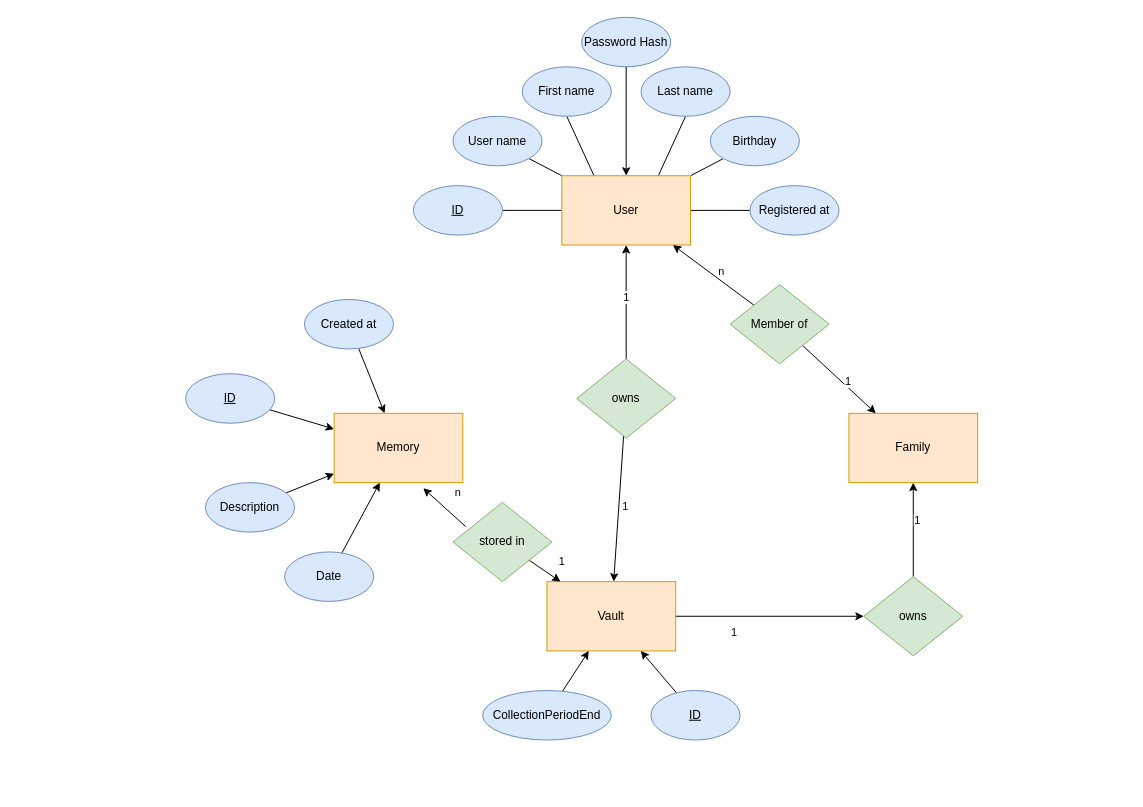
Before: documentation/er_diagram.drawio in togertz/MemoryVault, a draw.io diagram. Source tidied: cells renumbered, new cells numbered last; positions are measured from the earlier drawing's top-left corner, leaving out a move shared by most shapes. Both pictures are drawn from the tidied source at 99%, with x=0, y=0 at pixel (185, 17).
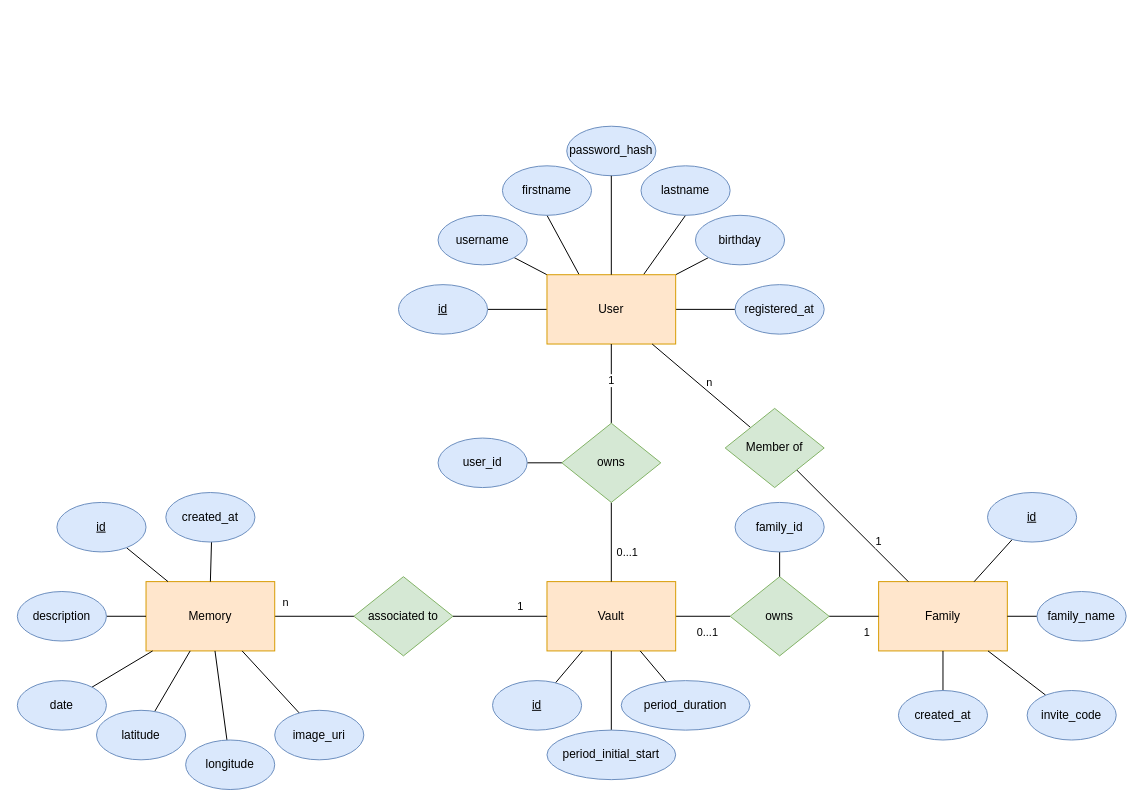
After the change.

The change refers to these unchanged cells:
```xml
<mxCell id="9" value="User" style="rounded=0;whiteSpace=wrap;html=1;fillColor=#ffe6cc;strokeColor=#d79b00;" parent="2" vertex="1">
  <mxGeometry x="150" y="110" width="130" height="70" as="geometry" />
</mxCell>
<mxCell id="18" value="Vault" style="rounded=0;whiteSpace=wrap;html=1;fillColor=#ffe6cc;strokeColor=#d79b00;" parent="1" vertex="1">
  <mxGeometry x="365" y="570" width="130" height="70" as="geometry" />
</mxCell>
```

Change to the diagram source:
```diff
@@
     <mxCell id="2" style="group;" parent="1" vertex="1">
-      <mxGeometry x="230" y="50" width="430" height="180" as="geometry" />
+      <mxGeometry x="215" y="150" width="430" height="180" as="geometry" />
     </mxCell>
@@
-    <mxCell id="10" value="ID" style="ellipse;whiteSpace=wrap;html=1;fontStyle=4;fillColor=#dae8fc;strokeColor=#6c8ebf;" parent="2" vertex="1">
+    <mxCell id="10" value="id" style="ellipse;whiteSpace=wrap;html=1;fontStyle=4;fillColor=#dae8fc;strokeColor=#6c8ebf;" parent="2" vertex="1">
       <mxGeometry y="120" width="90" height="50" as="geometry" />
     </mxCell>
-    <mxCell id="11" value="First name" style="ellipse;whiteSpace=wrap;html=1;fontStyle=0;fillColor=#dae8fc;strokeColor=#6c8ebf;" parent="2" vertex="1">
-      <mxGeometry x="110" width="90" height="50" as="geometry" />
+    <mxCell id="11" value="firstname" style="ellipse;whiteSpace=wrap;html=1;fontStyle=0;fillColor=#dae8fc;strokeColor=#6c8ebf;" parent="2" vertex="1">
+      <mxGeometry x="105" width="90" height="50" as="geometry" />
     </mxCell>
-    <mxCell id="12" value="User name" style="ellipse;whiteSpace=wrap;html=1;fontStyle=0;fillColor=#dae8fc;strokeColor=#6c8ebf;" parent="2" vertex="1">
+    <mxCell id="12" value="username" style="ellipse;whiteSpace=wrap;html=1;fontStyle=0;fillColor=#dae8fc;strokeColor=#6c8ebf;" parent="2" vertex="1">
       <mxGeometry x="40" y="50" width="90" height="50" as="geometry" />
     </mxCell>
-    <mxCell id="13" value="Last name" style="ellipse;whiteSpace=wrap;html=1;fontStyle=0;fillColor=#dae8fc;strokeColor=#6c8ebf;" parent="2" vertex="1">
-      <mxGeometry x="230" width="90" height="50" as="geometry" />
+    <mxCell id="13" value="lastname" style="ellipse;whiteSpace=wrap;html=1;fontStyle=0;fillColor=#dae8fc;strokeColor=#6c8ebf;" parent="2" vertex="1">
+      <mxGeometry x="245" width="90" height="50" as="geometry" />
     </mxCell>
-    <mxCell id="14" value="Birthday" style="ellipse;whiteSpace=wrap;html=1;fontStyle=0;fillColor=#dae8fc;strokeColor=#6c8ebf;" parent="2" vertex="1">
+    <mxCell id="14" value="birthday" style="ellipse;whiteSpace=wrap;html=1;fontStyle=0;fillColor=#dae8fc;strokeColor=#6c8ebf;" parent="2" vertex="1">
       <mxGeometry x="300" y="50" width="90" height="50" as="geometry" />
     </mxCell>
-    <mxCell id="15" value="Registered at" style="ellipse;whiteSpace=wrap;html=1;fontStyle=0;fillColor=#dae8fc;strokeColor=#6c8ebf;" parent="2" vertex="1">
+    <mxCell id="15" value="registered_at" style="ellipse;whiteSpace=wrap;html=1;fontStyle=0;fillColor=#dae8fc;strokeColor=#6c8ebf;" parent="2" vertex="1">
       <mxGeometry x="340" y="120" width="90" height="50" as="geometry" />
     </mxCell>
+    <mxCell id="46" value="password_hash" style="ellipse;whiteSpace=wrap;html=1;fontStyle=0;fillColor=#dae8fc;strokeColor=#6c8ebf;" parent="2" vertex="1">
+      <mxGeometry x="170" y="-40" width="90" height="50" as="geometry" />
+    </mxCell>
+    <mxCell id="47" style="edgeStyle=none;html=1;startArrow=none;startFill=0;endArrow=none;endFill=0;" parent="2" edge="1" source="46" target="9">
+      <mxGeometry relative="1" as="geometry" />
+    </mxCell>
-    <mxCell id="16" style="edgeStyle=none;html=1;" parent="1" edge="1" source="18" target="26">
+    <mxCell id="16" style="edgeStyle=none;html=1;startArrow=none;startFill=0;endArrow=none;endFill=0;" parent="1" edge="1" source="18" target="26">
       <mxGeometry relative="1" as="geometry" />
     </mxCell>
-    <mxCell id="17" value="1" style="edgeLabel;html=1;align=center;verticalAlign=middle;" parent="16" vertex="1">
+    <mxCell id="17" value="0...1" style="edgeLabel;html=1;align=center;verticalAlign=middle;" parent="16" vertex="1">
       <mxGeometry x="-0.13" relative="1" as="geometry">
-        <mxPoint x="-25" y="15" as="offset" />
+        <mxPoint x="7" y="15" as="offset" />
       </mxGeometry>
     </mxCell>
@@
-    <mxCell id="19" style="edgeStyle=none;html=1;" parent="1" edge="1" source="20" target="18">
+    <mxCell id="19" style="edgeStyle=none;html=1;endArrow=none;endFill=0;" parent="1" edge="1" source="20" target="18">
       <mxGeometry relative="1" as="geometry" />
     </mxCell>
-    <mxCell id="20" value="ID" style="ellipse;whiteSpace=wrap;html=1;fontStyle=4;fillColor=#dae8fc;strokeColor=#6c8ebf;" parent="1" vertex="1">
-      <mxGeometry x="470" y="680" width="90" height="50" as="geometry" />
+    <mxCell id="20" value="id" style="ellipse;whiteSpace=wrap;html=1;fontStyle=4;fillColor=#dae8fc;strokeColor=#6c8ebf;" parent="1" vertex="1">
+      <mxGeometry x="310" y="670" width="90" height="50" as="geometry" />
     </mxCell>
-    <mxCell id="21" style="edgeStyle=none;html=1;" parent="1" edge="1" source="22" target="18">
+    <mxCell id="21" style="edgeStyle=none;html=1;endArrow=none;endFill=0;" parent="1" edge="1" source="22" target="18">
       <mxGeometry relative="1" as="geometry" />
     </mxCell>
-    <mxCell id="22" value="CollectionPeriodEnd" style="ellipse;whiteSpace=wrap;html=1;fontStyle=0;fillColor=#dae8fc;strokeColor=#6c8ebf;" parent="1" vertex="1">
-      <mxGeometry x="300" y="680" width="130" height="50" as="geometry" />
+    <mxCell id="22" value="period_duration" style="ellipse;whiteSpace=wrap;html=1;fontStyle=0;fillColor=#dae8fc;strokeColor=#6c8ebf;" parent="1" vertex="1">
+      <mxGeometry x="440" y="670" width="130" height="50" as="geometry" />
     </mxCell>
     <mxCell id="23" value="Family" style="rounded=0;whiteSpace=wrap;html=1;fillColor=#ffe6cc;strokeColor=#d79b00;" parent="1" vertex="1">
-      <mxGeometry x="670" y="400" width="130" height="70" as="geometry" />
+      <mxGeometry x="700" y="570" width="130" height="70" as="geometry" />
     </mxCell>
-    <mxCell id="24" style="edgeStyle=none;html=1;" parent="1" edge="1" source="26" target="23">
+    <mxCell id="24" style="edgeStyle=none;html=1;startArrow=none;startFill=0;endArrow=none;endFill=0;" parent="1" edge="1" source="26" target="23">
       <mxGeometry relative="1" as="geometry" />
     </mxCell>
@@
     <mxCell id="26" value="owns" style="rhombus;whiteSpace=wrap;html=1;fillColor=#d5e8d4;strokeColor=#82b366;" parent="1" vertex="1">
-      <mxGeometry x="685" y="565" width="100" height="80" as="geometry" />
+      <mxGeometry x="550" y="565" width="100" height="80" as="geometry" />
     </mxCell>
-    <mxCell id="27" style="edgeStyle=none;html=1;" parent="1" edge="1">
-      <mxGeometry relative="1" as="geometry">
-        <mxPoint x="282.9" y="514.4" as="sourcePoint" />
-        <mxPoint x="240" y="475.6" as="targetPoint" />
-      </mxGeometry>
-    </mxCell>
-    <mxCell id="28" value="n" style="edgeLabel;html=1;align=center;verticalAlign=middle;" parent="27" vertex="1">
-      <mxGeometry x="-0.1" y="-3" relative="1" as="geometry">
-        <mxPoint x="9" y="-15" as="offset" />
-      </mxGeometry>
-    </mxCell>
-    <mxCell id="29" style="edgeStyle=none;html=1;" parent="1" edge="1" source="31" target="18">
+    <mxCell id="29" style="edgeStyle=none;html=1;endArrow=none;endFill=0;" parent="1" edge="1" source="31" target="18">
       <mxGeometry relative="1" as="geometry" />
     </mxCell>
@@
-    <mxCell id="31" value="stored in" style="rhombus;whiteSpace=wrap;html=1;fillColor=#d5e8d4;strokeColor=#82b366;" parent="1" vertex="1">
-      <mxGeometry x="270" y="490" width="100" height="80" as="geometry" />
+    <mxCell id="31" value="associated to" style="rhombus;whiteSpace=wrap;html=1;fillColor=#d5e8d4;strokeColor=#82b366;" parent="1" vertex="1">
+      <mxGeometry x="170" y="565" width="100" height="80" as="geometry" />
     </mxCell>
+    <mxCell id="41" style="edgeStyle=none;html=1;startArrow=none;startFill=0;endArrow=none;endFill=0;" parent="1" edge="1" source="45" target="9">
+      <mxGeometry relative="1" as="geometry" />
+    </mxCell>
+    <mxCell id="42" value="n" style="edgeLabel;html=1;align=center;verticalAlign=middle;" parent="41" vertex="1">
+      <mxGeometry x="-0.07" y="-7" relative="1" as="geometry">
+        <mxPoint y="-1" as="offset" />
+      </mxGeometry>
+    </mxCell>
+    <mxCell id="43" style="edgeStyle=none;html=1;startArrow=none;startFill=0;endArrow=none;endFill=0;" parent="1" edge="1" source="45" target="23">
+      <mxGeometry relative="1" as="geometry" />
+    </mxCell>
+    <mxCell id="44" value="1" style="edgeLabel;html=1;align=center;verticalAlign=middle;" parent="43" vertex="1">
+      <mxGeometry x="0.14" y="4" relative="1" as="geometry">
+        <mxPoint x="15" y="11" as="offset" />
+      </mxGeometry>
+    </mxCell>
+    <mxCell id="45" value="Member of" style="rhombus;whiteSpace=wrap;html=1;fillColor=#d5e8d4;strokeColor=#82b366;" parent="1" vertex="1">
+      <mxGeometry x="545" y="395" width="100" height="80" as="geometry" />
+    </mxCell>
+    <mxCell id="48" style="edgeStyle=none;html=1;startArrow=none;startFill=0;endArrow=none;endFill=0;" parent="1" edge="1" source="52" target="9">
+      <mxGeometry relative="1" as="geometry" />
+    </mxCell>
+    <mxCell id="49" value="1" style="edgeLabel;html=1;align=center;verticalAlign=middle;" parent="48" vertex="1">
+      <mxGeometry x="0.1" y="1" relative="1" as="geometry" />
+    </mxCell>
+    <mxCell id="50" style="edgeStyle=none;html=1;startArrow=none;startFill=0;endArrow=none;endFill=0;" parent="1" edge="1" source="52" target="18">
+      <mxGeometry relative="1" as="geometry" />
+    </mxCell>
+    <mxCell id="51" value="0...1" style="edgeLabel;html=1;align=center;verticalAlign=middle;" parent="50" vertex="1">
+      <mxGeometry x="-0.05" y="6" relative="1" as="geometry">
+        <mxPoint x="9" y="12" as="offset" />
+      </mxGeometry>
+    </mxCell>
+    <mxCell id="52" value="owns" style="rhombus;whiteSpace=wrap;html=1;fillColor=#d5e8d4;strokeColor=#82b366;" parent="1" vertex="1">
+      <mxGeometry x="380" y="410" width="100" height="80" as="geometry" />
+    </mxCell>
+    <mxCell id="53" style="edgeStyle=none;html=1;startArrow=none;startFill=0;endArrow=none;endFill=0;" parent="1" edge="1" source="54" target="23">
+      <mxGeometry relative="1" as="geometry" />
+    </mxCell>
+    <mxCell id="54" value="&lt;u&gt;id&lt;/u&gt;" style="ellipse;whiteSpace=wrap;html=1;fontStyle=0;fillColor=#dae8fc;strokeColor=#6c8ebf;" parent="1" vertex="1">
+      <mxGeometry x="810" y="480" width="90" height="50" as="geometry" />
+    </mxCell>
+    <mxCell id="55" style="edgeStyle=none;html=1;startArrow=none;startFill=0;endArrow=none;endFill=0;" parent="1" edge="1" source="56" target="23">
+      <mxGeometry relative="1" as="geometry" />
+    </mxCell>
+    <mxCell id="56" value="family_name" style="ellipse;whiteSpace=wrap;html=1;fontStyle=0;fillColor=#dae8fc;strokeColor=#6c8ebf;" parent="1" vertex="1">
+      <mxGeometry x="860" y="580" width="90" height="50" as="geometry" />
+    </mxCell>
+    <mxCell id="57" style="edgeStyle=none;html=1;startArrow=none;startFill=0;endArrow=none;endFill=0;" parent="1" edge="1" source="58" target="23">
+      <mxGeometry relative="1" as="geometry" />
+    </mxCell>
+    <mxCell id="58" value="invite_code" style="ellipse;whiteSpace=wrap;html=1;fontStyle=0;fillColor=#dae8fc;strokeColor=#6c8ebf;" parent="1" vertex="1">
+      <mxGeometry x="850" y="680" width="90" height="50" as="geometry" />
+    </mxCell>
+    <mxCell id="59" style="edgeStyle=none;html=1;startArrow=none;startFill=0;endArrow=none;endFill=0;" parent="1" edge="1" source="60" target="23">
+      <mxGeometry relative="1" as="geometry" />
+    </mxCell>
+    <mxCell id="60" value="created_at" style="ellipse;whiteSpace=wrap;html=1;fontStyle=0;fillColor=#dae8fc;strokeColor=#6c8ebf;" parent="1" vertex="1">
+      <mxGeometry x="720" y="680" width="90" height="50" as="geometry" />
+    </mxCell>
+    <mxCell id="61" style="group;" parent="1" vertex="1">
+      <mxGeometry x="-170" y="480" width="350" height="300" as="geometry" />
+    </mxCell>
+    <mxCell id="62" style="edgeStyle=none;html=1;endArrow=none;endFill=0;" parent="61" edge="1" source="31" target="32">
+      <mxGeometry relative="1" as="geometry" />
+    </mxCell>
+    <mxCell id="28" value="n" style="edgeLabel;html=1;align=center;verticalAlign=middle;" parent="62" vertex="1">
+      <mxGeometry x="0.63" y="2" relative="1" as="geometry">
+        <mxPoint x="-5" y="-17" as="offset" />
+      </mxGeometry>
+    </mxCell>
-    <mxCell id="32" value="Memory" style="rounded=0;whiteSpace=wrap;html=1;fillColor=#ffe6cc;strokeColor=#d79b00;" parent="1" vertex="1">
-      <mxGeometry x="150" y="400" width="130" height="70" as="geometry" />
+    <mxCell id="32" value="Memory" style="rounded=0;whiteSpace=wrap;html=1;fillColor=#ffe6cc;strokeColor=#d79b00;" parent="61" vertex="1">
+      <mxGeometry x="130" y="90" width="130" height="70" as="geometry" />
     </mxCell>
-    <mxCell id="33" style="edgeStyle=none;html=1;" parent="1" edge="1" source="34" target="32">
+    <mxCell id="33" style="edgeStyle=none;html=1;endArrow=none;endFill=0;" parent="61" edge="1" source="34" target="32">
       <mxGeometry relative="1" as="geometry" />
     </mxCell>
-    <mxCell id="34" value="ID" style="ellipse;whiteSpace=wrap;html=1;fontStyle=4;fillColor=#dae8fc;strokeColor=#6c8ebf;" parent="1" vertex="1">
-      <mxGeometry y="360" width="90" height="50" as="geometry" />
+    <mxCell id="34" value="id" style="ellipse;whiteSpace=wrap;html=1;fontStyle=4;fillColor=#dae8fc;strokeColor=#6c8ebf;" parent="61" vertex="1">
+      <mxGeometry x="40" y="10" width="90" height="50" as="geometry" />
     </mxCell>
-    <mxCell id="35" style="edgeStyle=none;html=1;" parent="1" edge="1" source="36" target="32">
+    <mxCell id="35" style="edgeStyle=none;html=1;endArrow=none;endFill=0;" parent="61" edge="1" source="36" target="32">
       <mxGeometry relative="1" as="geometry" />
     </mxCell>
-    <mxCell id="36" value="Description" style="ellipse;whiteSpace=wrap;html=1;fontStyle=0;fillColor=#dae8fc;strokeColor=#6c8ebf;" parent="1" vertex="1">
-      <mxGeometry x="20" y="470" width="90" height="50" as="geometry" />
+    <mxCell id="36" value="description" style="ellipse;whiteSpace=wrap;html=1;fontStyle=0;fillColor=#dae8fc;strokeColor=#6c8ebf;" parent="61" vertex="1">
+      <mxGeometry y="100" width="90" height="50" as="geometry" />
     </mxCell>
-    <mxCell id="37" style="edgeStyle=none;html=1;" parent="1" edge="1" source="38" target="32">
+    <mxCell id="37" style="edgeStyle=none;html=1;endArrow=none;endFill=0;" parent="61" edge="1" source="38" target="32">
       <mxGeometry relative="1" as="geometry" />
     </mxCell>
-    <mxCell id="38" value="Date" style="ellipse;whiteSpace=wrap;html=1;fontStyle=0;fillColor=#dae8fc;strokeColor=#6c8ebf;" parent="1" vertex="1">
-      <mxGeometry x="100" y="540" width="90" height="50" as="geometry" />
+    <mxCell id="38" value="date" style="ellipse;whiteSpace=wrap;html=1;fontStyle=0;fillColor=#dae8fc;strokeColor=#6c8ebf;" parent="61" vertex="1">
+      <mxGeometry y="190" width="90" height="50" as="geometry" />
     </mxCell>
-    <mxCell id="39" style="edgeStyle=none;html=1;" parent="1" edge="1" source="40" target="32">
+    <mxCell id="39" style="edgeStyle=none;html=1;endArrow=none;endFill=0;" parent="61" edge="1" source="40" target="32">
       <mxGeometry relative="1" as="geometry" />
     </mxCell>
-    <mxCell id="40" value="Created at" style="ellipse;whiteSpace=wrap;html=1;fontStyle=0;fillColor=#dae8fc;strokeColor=#6c8ebf;" parent="1" vertex="1">
-      <mxGeometry x="120" y="285" width="90" height="50" as="geometry" />
+    <mxCell id="40" value="created_at" style="ellipse;whiteSpace=wrap;html=1;fontStyle=0;fillColor=#dae8fc;strokeColor=#6c8ebf;" parent="61" vertex="1">
+      <mxGeometry x="150" width="90" height="50" as="geometry" />
     </mxCell>
-    <mxCell id="41" style="edgeStyle=none;html=1;" parent="1" edge="1" source="45" target="9">
-      <mxGeometry relative="1" as="geometry" />
-    </mxCell>
-    <mxCell id="42" value="n" style="edgeLabel;html=1;align=center;verticalAlign=middle;" parent="41" vertex="1">
-      <mxGeometry x="-0.07" y="-7" relative="1" as="geometry">
-        <mxPoint y="-1" as="offset" />
-      </mxGeometry>
-    </mxCell>
-    <mxCell id="43" style="edgeStyle=none;html=1;" parent="1" edge="1" source="45" target="23">
-      <mxGeometry relative="1" as="geometry" />
-    </mxCell>
-    <mxCell id="44" value="1" style="edgeLabel;html=1;align=center;verticalAlign=middle;" parent="43" vertex="1">
-      <mxGeometry x="0.14" y="4" relative="1" as="geometry" />
-    </mxCell>
-    <mxCell id="45" value="Member of" style="rhombus;whiteSpace=wrap;html=1;fillColor=#d5e8d4;strokeColor=#82b366;" parent="1" vertex="1">
-      <mxGeometry x="550" y="270" width="100" height="80" as="geometry" />
-    </mxCell>
-    <mxCell id="46" value="Password Hash" style="ellipse;whiteSpace=wrap;html=1;fontStyle=0;fillColor=#dae8fc;strokeColor=#6c8ebf;" parent="1" vertex="1">
-      <mxGeometry x="400" width="90" height="50" as="geometry" />
-    </mxCell>
-    <mxCell id="47" style="edgeStyle=none;html=1;" parent="1" edge="1" source="46" target="9">
-      <mxGeometry relative="1" as="geometry" />
-    </mxCell>
-    <mxCell id="48" style="edgeStyle=none;html=1;" parent="1" edge="1" source="52" target="9">
-      <mxGeometry relative="1" as="geometry" />
-    </mxCell>
-    <mxCell id="49" value="1" style="edgeLabel;html=1;align=center;verticalAlign=middle;" parent="48" vertex="1">
-      <mxGeometry x="0.1" y="1" relative="1" as="geometry" />
-    </mxCell>
-    <mxCell id="50" style="edgeStyle=none;html=1;" parent="1" edge="1" source="52" target="18">
-      <mxGeometry relative="1" as="geometry" />
-    </mxCell>
-    <mxCell id="51" value="1" style="edgeLabel;html=1;align=center;verticalAlign=middle;" parent="50" vertex="1">
-      <mxGeometry x="-0.05" y="6" relative="1" as="geometry" />
-    </mxCell>
-    <mxCell id="52" value="owns" style="rhombus;whiteSpace=wrap;html=1;fillColor=#d5e8d4;strokeColor=#82b366;" parent="1" vertex="1">
-      <mxGeometry x="395" y="345" width="100" height="80" as="geometry" />
-    </mxCell>
+    <mxCell id="63" style="edgeStyle=none;html=1;endArrow=none;endFill=0;" parent="61" edge="1" source="64" target="32">
+      <mxGeometry relative="1" as="geometry" />
+    </mxCell>
+    <mxCell id="64" value="latitude" style="ellipse;whiteSpace=wrap;html=1;fontStyle=0;fillColor=#dae8fc;strokeColor=#6c8ebf;" parent="61" vertex="1">
+      <mxGeometry x="80" y="220" width="90" height="50" as="geometry" />
+    </mxCell>
+    <mxCell id="65" style="edgeStyle=none;html=1;endArrow=none;endFill=0;" parent="61" edge="1" source="66" target="32">
+      <mxGeometry relative="1" as="geometry" />
+    </mxCell>
+    <mxCell id="66" value="longitude" style="ellipse;whiteSpace=wrap;html=1;fontStyle=0;fillColor=#dae8fc;strokeColor=#6c8ebf;" parent="61" vertex="1">
+      <mxGeometry x="170" y="250" width="90" height="50" as="geometry" />
+    </mxCell>
+    <mxCell id="67" style="edgeStyle=none;html=1;endArrow=none;endFill=0;" parent="61" edge="1" source="68" target="32">
+      <mxGeometry relative="1" as="geometry" />
+    </mxCell>
+    <mxCell id="68" value="image_uri" style="ellipse;whiteSpace=wrap;html=1;fontStyle=0;fillColor=#dae8fc;strokeColor=#6c8ebf;" parent="61" vertex="1">
+      <mxGeometry x="260" y="220" width="90" height="50" as="geometry" />
+    </mxCell>
+    <mxCell id="69" style="edgeStyle=none;html=1;endArrow=none;endFill=0;" parent="1" edge="1" source="70" target="18">
+      <mxGeometry relative="1" as="geometry" />
+    </mxCell>
+    <mxCell id="70" value="period_initial_start" style="ellipse;whiteSpace=wrap;html=1;fontStyle=0;fillColor=#dae8fc;strokeColor=#6c8ebf;" parent="1" vertex="1">
+      <mxGeometry x="365" y="720" width="130" height="50" as="geometry" />
+    </mxCell>
+    <mxCell id="71" style="edgeStyle=none;html=1;startArrow=none;startFill=0;endArrow=none;endFill=0;" parent="1" edge="1" source="72" target="26">
+      <mxGeometry relative="1" as="geometry" />
+    </mxCell>
+    <mxCell id="72" value="family_id" style="ellipse;whiteSpace=wrap;html=1;fontStyle=0;fillColor=#dae8fc;strokeColor=#6c8ebf;" parent="1" vertex="1">
+      <mxGeometry x="555" y="490" width="90" height="50" as="geometry" />
+    </mxCell>
+    <mxCell id="73" style="edgeStyle=none;html=1;startArrow=none;startFill=0;endArrow=none;endFill=0;" parent="1" edge="1" source="74" target="52">
+      <mxGeometry relative="1" as="geometry" />
+    </mxCell>
+    <mxCell id="74" value="user_id" style="ellipse;whiteSpace=wrap;html=1;fontStyle=0;fillColor=#dae8fc;strokeColor=#6c8ebf;" parent="1" vertex="1">
+      <mxGeometry x="255" y="425" width="90" height="50" as="geometry" />
+    </mxCell>
```
